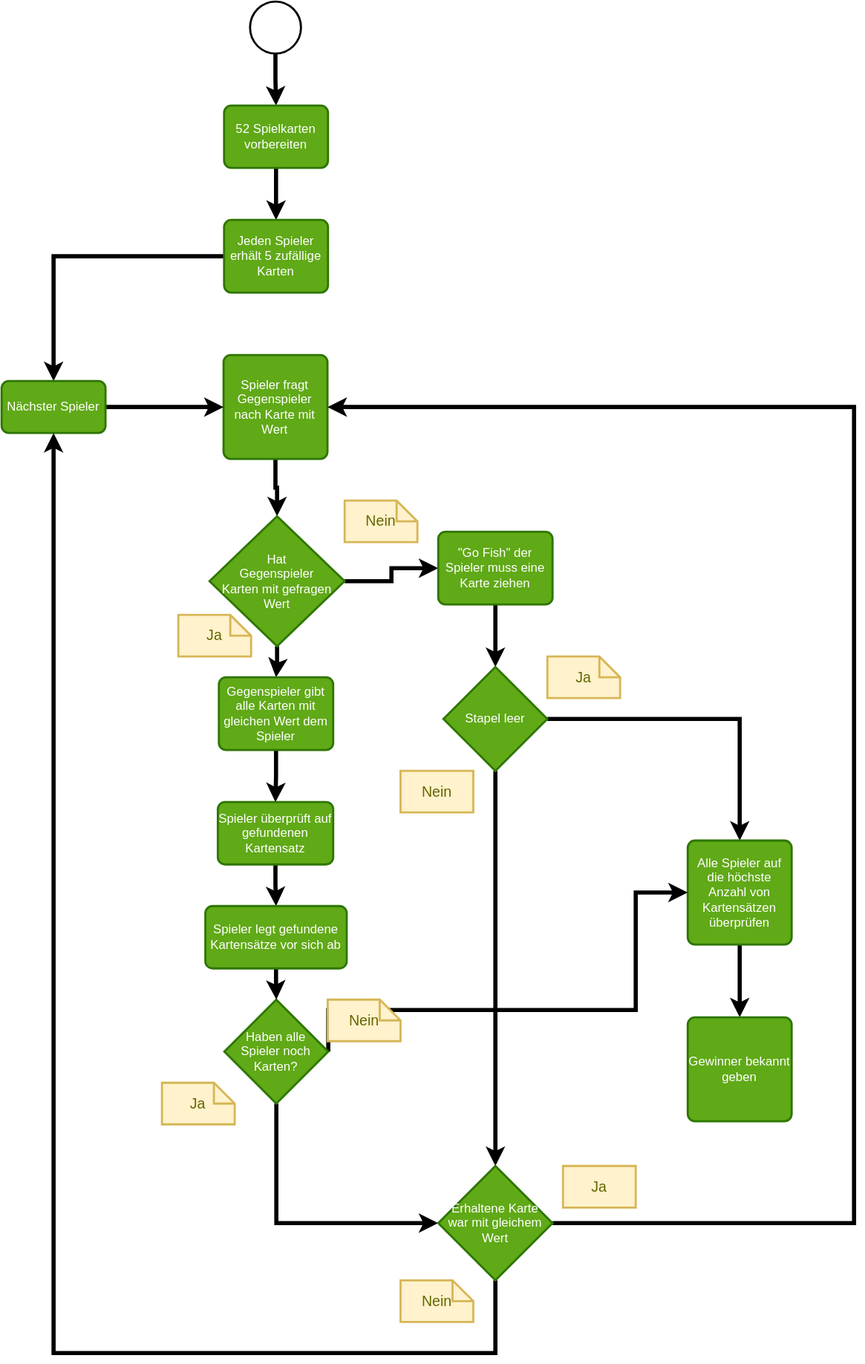
Earlier version of the draw.io export documentation/spielablauf.drawio.svg (GregorBiswanger/go-fish-core). Source tidied: cells renumbered, new cells last; positions are measured from the earlier drawing's top-left corner, leaving out a move shared by most shapes.
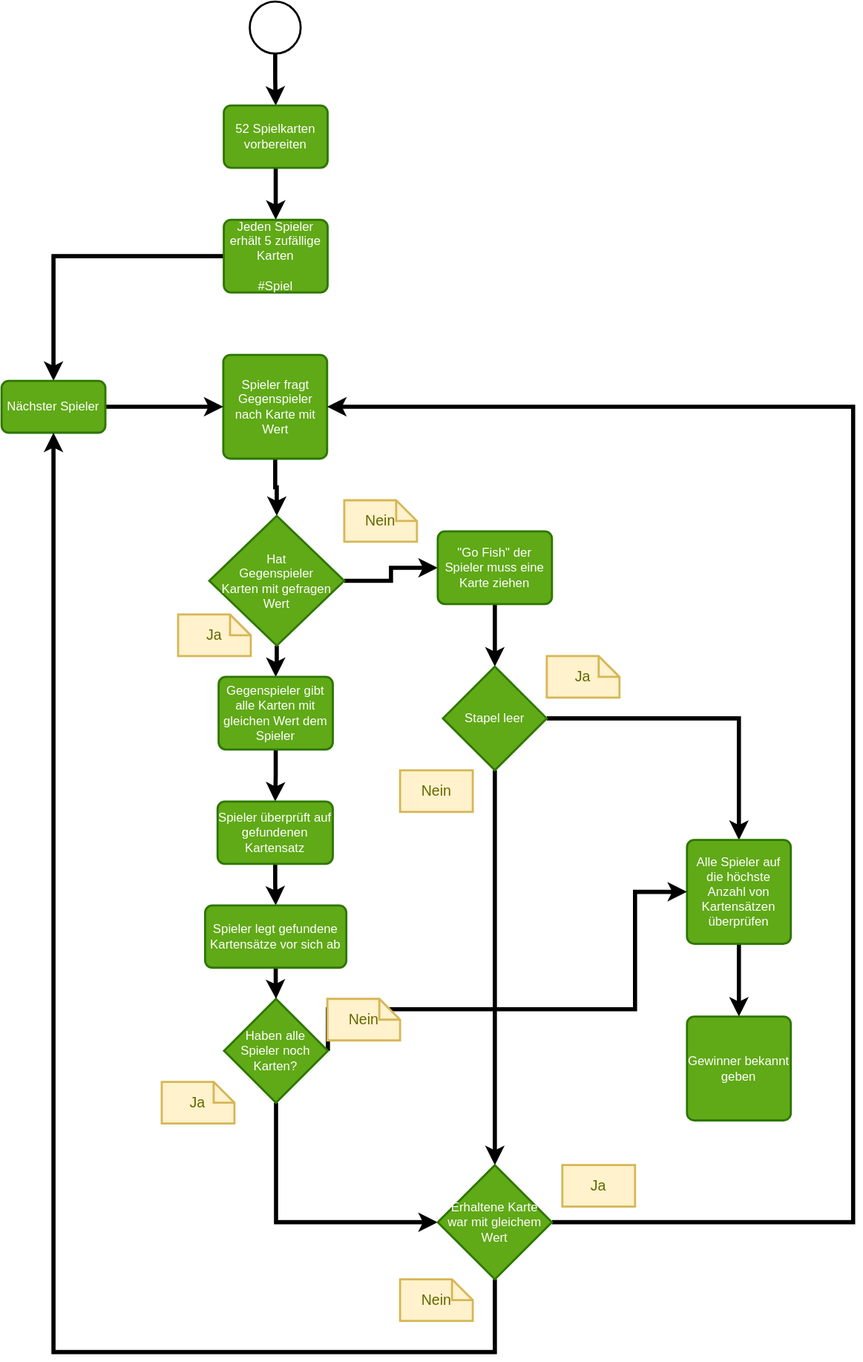
The same diagram one commit later.

Commit message:
seiteneffekte mit gefundenen seatzen behoben

The edit, as a diff of the source:
```diff
@@ -17,7 +17,7 @@
     <mxCell id="6" style="edgeStyle=orthogonalEdgeStyle;rounded=0;jettySize=auto;html=1;strokeWidth=4;entryX=0.5;entryY=0;entryDx=0;entryDy=0;" parent="1" edge="1" source="7" target="29">
       <mxGeometry relative="1" as="geometry" />
     </mxCell>
-    <mxCell id="7" value="Jeden Spieler erhält 5 zufällige Karten" style="rounded=1;whiteSpace=wrap;html=1;absoluteArcSize=1;arcSize=14;strokeWidth=2;fillColor=#60a917;strokeColor=#2D7600;fontColor=#ffffff;" parent="1" vertex="1">
+    <mxCell id="7" value="Jeden Spieler erhält 5 zufällige Karten&lt;br&gt;&lt;br&gt;#Spiel" style="rounded=1;whiteSpace=wrap;html=1;absoluteArcSize=1;arcSize=14;strokeWidth=2;fillColor=#60a917;strokeColor=#2D7600;fontColor=#ffffff;" parent="1" vertex="1">
       <mxGeometry x="214" y="210" width="100" height="70" as="geometry" />
     </mxCell>
     <mxCell id="8" style="edgeStyle=orthogonalEdgeStyle;rounded=0;jettySize=auto;html=1;strokeWidth=4;" parent="1" edge="1" source="9" target="12">
```
